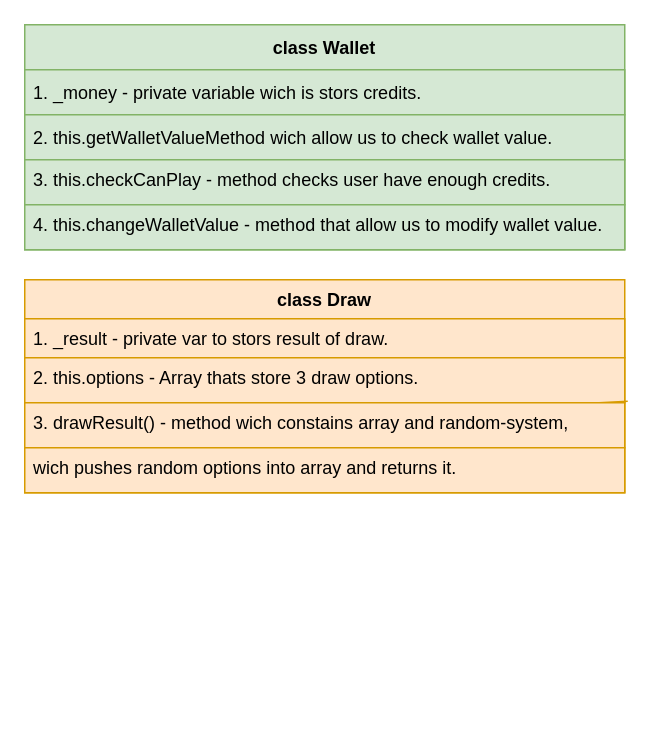
NoxaGen/one-handed-bandit keeps this draw.io diagram as Untitled Diagram.drawio. Above is the earlier version. Source tidied: cells renumbered, new cells numbered last; positions are measured from the earlier drawing's top-left corner, leaving out a move shared by most shapes. Both pictures are drawn from the tidied source at 150%, with x=0, y=0 at pixel (24, 24).
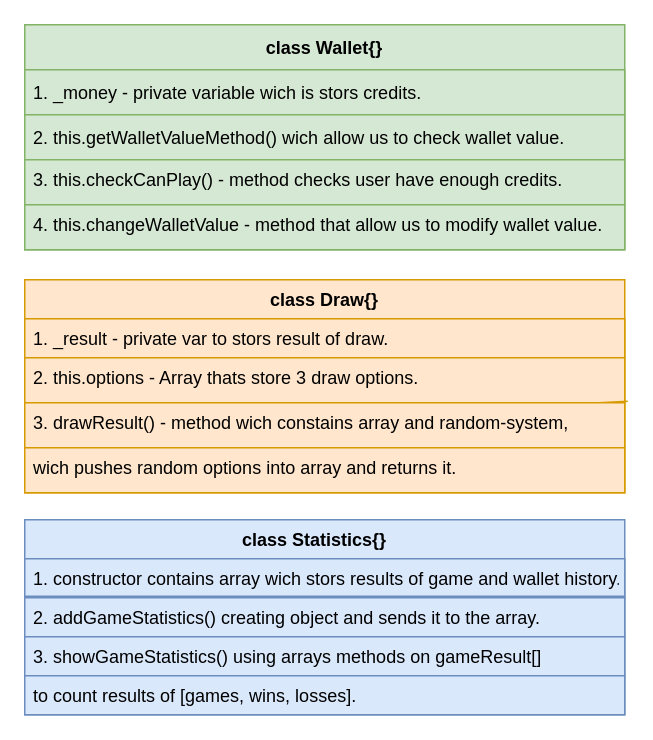
Above is the later version.

The edit, as a diff of the source:
```diff
@@
-    <mxCell id="2" value="class Wallet" style="swimlane;fontStyle=1;horizontal=1;startSize=30;fillColor=#d5e8d4;strokeColor=#82b366;" parent="1" vertex="1">
+    <mxCell id="2" value="class Wallet{}" style="swimlane;fontStyle=1;horizontal=1;startSize=30;fillColor=#d5e8d4;strokeColor=#82b366;" parent="1" vertex="1">
       <mxGeometry width="400" height="150" as="geometry" />
     </mxCell>
@@
-    <mxCell id="4" value="2. this.getWalletValueMethod wich allow us to check wallet value." style="text;align=left;verticalAlign=middle;spacingLeft=4;spacingRight=4;overflow=hidden;fillColor=#d5e8d4;strokeColor=#82b366;" parent="2" vertex="1">
+    <mxCell id="4" value="2. this.getWalletValueMethod() wich allow us to check wallet value." style="text;align=left;verticalAlign=middle;spacingLeft=4;spacingRight=4;overflow=hidden;fillColor=#d5e8d4;strokeColor=#82b366;" parent="2" vertex="1">
       <mxGeometry y="60" width="400" height="30" as="geometry" />
     </mxCell>
-    <mxCell id="5" value="3. this.checkCanPlay - method checks user have enough credits." style="text;align=left;verticalAlign=top;spacingLeft=4;spacingRight=4;overflow=hidden;fillColor=#d5e8d4;strokeColor=#82b366;" parent="2" vertex="1">
+    <mxCell id="5" value="3. this.checkCanPlay() - method checks user have enough credits." style="text;align=left;verticalAlign=top;spacingLeft=4;spacingRight=4;overflow=hidden;fillColor=#d5e8d4;strokeColor=#82b366;" parent="2" vertex="1">
       <mxGeometry y="90" width="400" height="30" as="geometry" />
     </mxCell>
@@
-    <mxCell id="7" value="class Draw&#10;" style="swimlane;fontStyle=1;align=center;verticalAlign=top;horizontal=1;startSize=26;rounded=0;sketch=0;fontSize=12;fillColor=#ffe6cc;strokeColor=#d79b00;" parent="1" vertex="1">
+    <mxCell id="7" value="class Draw{}&#10;" style="swimlane;fontStyle=1;align=center;verticalAlign=top;horizontal=1;startSize=26;rounded=0;sketch=0;fontSize=12;fillColor=#ffe6cc;strokeColor=#d79b00;" parent="1" vertex="1">
       <mxGeometry y="170" width="400" height="142" as="geometry" />
     </mxCell>
@@
+    <mxCell id="13" value="class Statistics{}    " style="swimlane;fontStyle=1;horizontal=1;startSize=26;fillColor=#dae8fc;rounded=0;sketch=0;fontSize=12;strokeColor=#6c8ebf;" parent="1" vertex="1">
+      <mxGeometry y="330" width="400" height="130" as="geometry" />
+    </mxCell>
+    <mxCell id="14" value="1. constructor contains array wich stors results of game and wallet history." style="text;strokeColor=#6c8ebf;fillColor=#dae8fc;align=left;verticalAlign=top;spacingLeft=4;spacingRight=4;overflow=hidden;rounded=0;sketch=0;fontSize=12;" parent="13" vertex="1">
+      <mxGeometry y="26" width="400" height="26" as="geometry" />
+    </mxCell>
+    <mxCell id="15" style="endArrow=none;html=1;rounded=1;sketch=0;fontSize=12;curved=0;fillColor=#dae8fc;strokeColor=#6c8ebf;" parent="13" edge="1">
+      <mxGeometry relative="1" as="geometry">
+        <mxPoint y="51" as="sourcePoint" />
+        <mxPoint x="400" y="51" as="targetPoint" />
+      </mxGeometry>
+    </mxCell>
+    <mxCell id="16" value="2. addGameStatistics() creating object and sends it to the array." style="text;strokeColor=#6c8ebf;fillColor=#dae8fc;align=left;verticalAlign=top;spacingLeft=4;spacingRight=4;overflow=hidden;rounded=0;sketch=0;fontSize=12;" parent="13" vertex="1">
+      <mxGeometry y="52" width="400" height="26" as="geometry" />
+    </mxCell>
+    <mxCell id="17" value="3. showGameStatistics() using arrays methods on gameResult[] " style="text;strokeColor=#6c8ebf;fillColor=#dae8fc;align=left;verticalAlign=top;spacingLeft=4;spacingRight=4;overflow=hidden;rounded=0;sketch=0;fontSize=12;" parent="13" vertex="1">
+      <mxGeometry y="78" width="400" height="26" as="geometry" />
+    </mxCell>
+    <mxCell id="18" value="to count results of [games, wins, losses]." style="text;strokeColor=#6c8ebf;fillColor=#dae8fc;align=left;verticalAlign=top;spacingLeft=4;spacingRight=4;overflow=hidden;rounded=0;sketch=0;fontSize=12;" parent="13" vertex="1">
+      <mxGeometry y="104" width="400" height="26" as="geometry" />
+    </mxCell>
```
